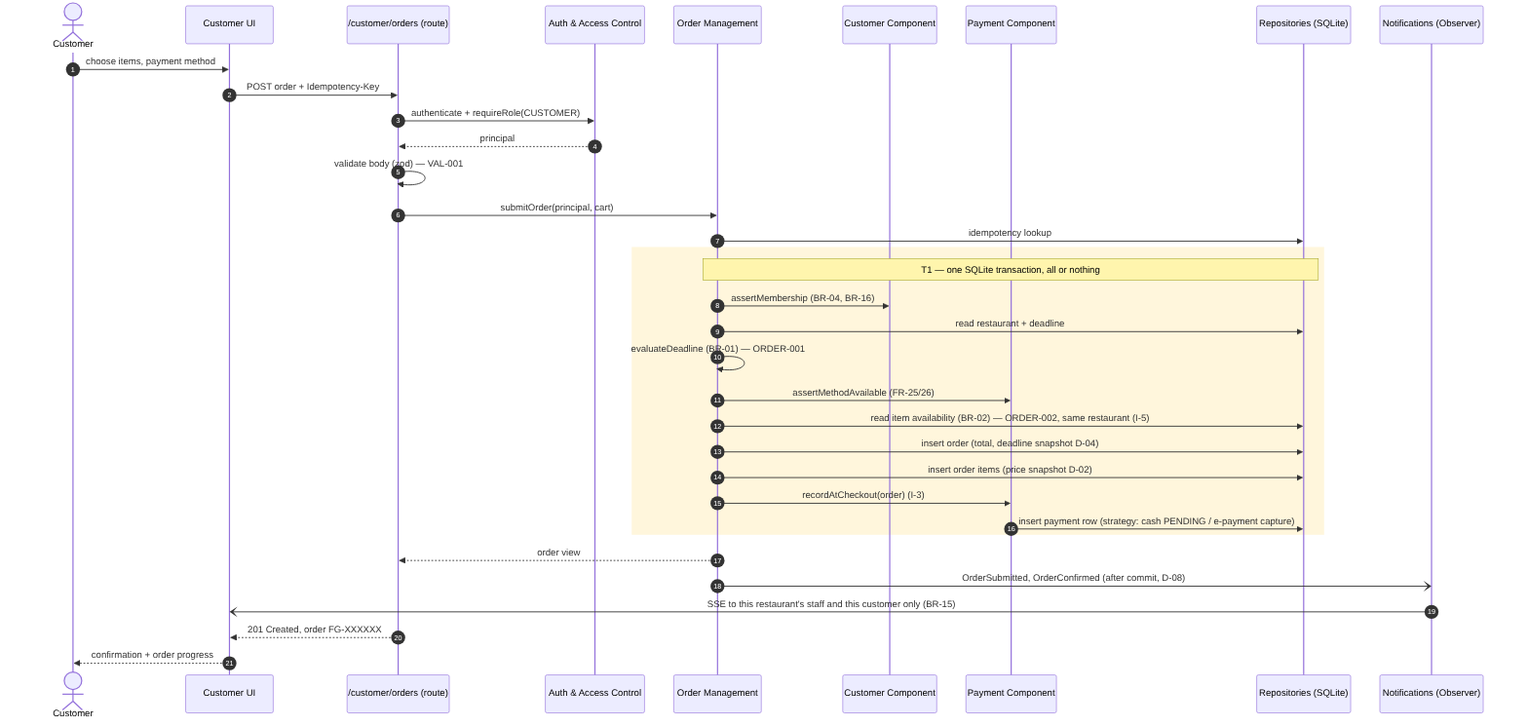
The Mermaid diagram docs/uml/sequence-uc01-place-order.png in HamzaBL04/FoodGO, before a commit. Its source is kept beside it as docs/uml/sequence-uc01-place-order.mmd. The source it was exported from:
```mermaid
sequenceDiagram
  autonumber
  actor C as Customer
  participant UI as Customer UI
  participant API as /customer/orders (route)
  participant AUTH as Auth & Access Control
  participant OM as Order Management
  participant CC as Customer Component
  participant PAY as Payment Component
  participant DB as Repositories (SQLite)
  participant EV as Notifications (Observer)

  C->>UI: choose items, payment method
  UI->>API: POST order + Idempotency-Key
  API->>AUTH: authenticate + requireRole(CUSTOMER)
  AUTH-->>API: principal
  API->>API: validate body (zod) — VAL-001
  API->>OM: submitOrder(principal, cart)
  OM->>DB: idempotency lookup
  rect rgb(255, 246, 220)
    note over OM,DB: T1 — one SQLite transaction, all or nothing
    OM->>CC: assertMembership (BR-04, BR-16)
    OM->>DB: read restaurant + deadline
    OM->>OM: evaluateDeadline (BR-01) — ORDER-001
    OM->>PAY: assertMethodAvailable (FR-25/26)
    OM->>DB: read item availability (BR-02) — ORDER-002, same restaurant (I-5)
    OM->>DB: insert order (total, deadline snapshot D-04)
    OM->>DB: insert order items (price snapshot D-02)
    OM->>PAY: recordAtCheckout(order) (I-3)
    PAY->>DB: insert payment row (strategy: cash PENDING / e-payment capture)
  end
  OM-->>API: order view
  OM-)EV: OrderSubmitted, OrderConfirmed (after commit, D-08)
  EV-)UI: SSE to this restaurant's staff and this customer only (BR-15)
  API-->>UI: 201 Created, order FG-XXXXXX
  UI-->>C: confirmation + order progress
```
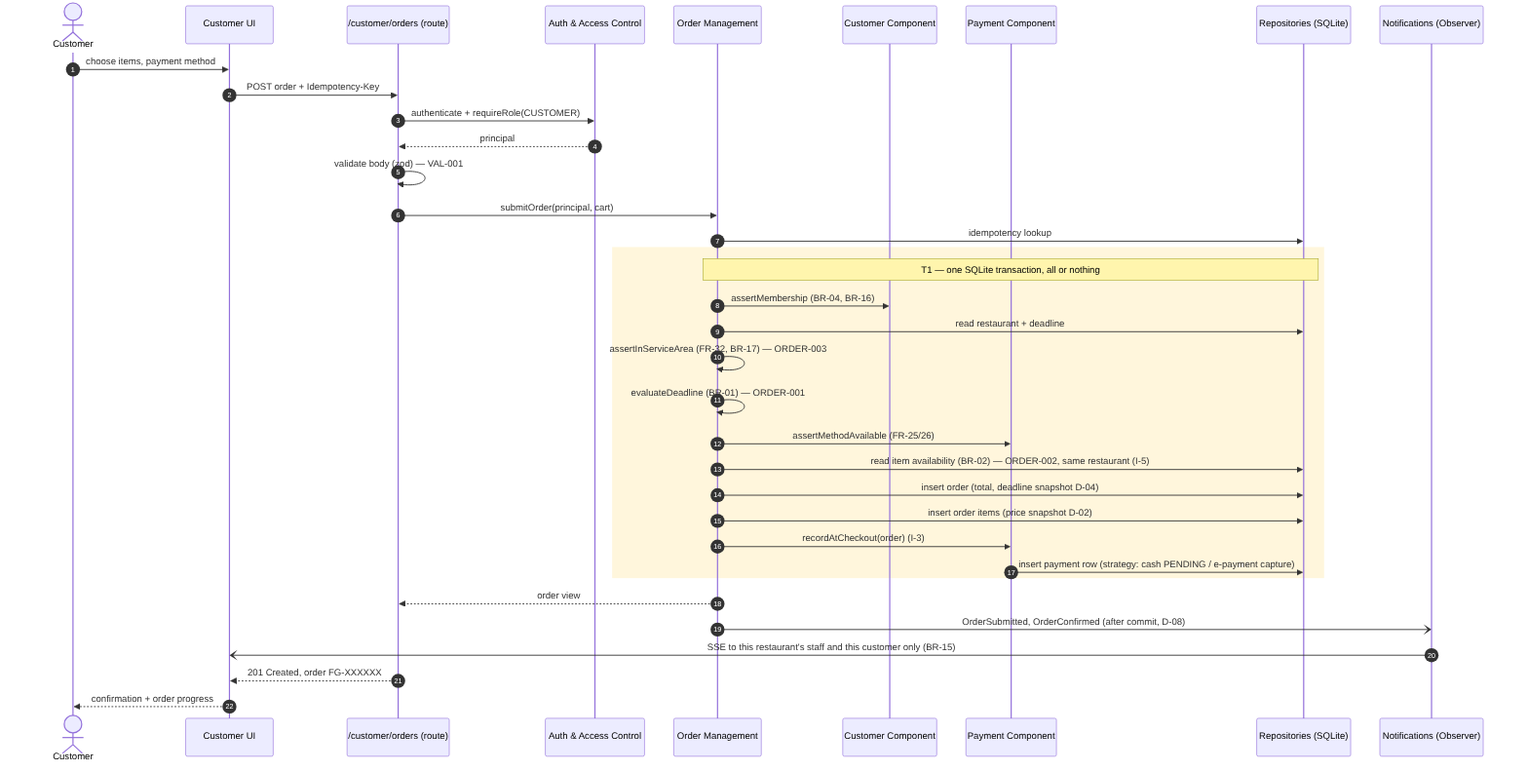
After the commit.

Change to the diagram source:
```diff
@@ -21,6 +21,7 @@
     note over OM,DB: T1 — one SQLite transaction, all or nothing
     OM->>CC: assertMembership (BR-04, BR-16)
     OM->>DB: read restaurant + deadline
+    OM->>OM: assertInServiceArea (FR-32, BR-17) — ORDER-003
     OM->>OM: evaluateDeadline (BR-01) — ORDER-001
     OM->>PAY: assertMethodAvailable (FR-25/26)
     OM->>DB: read item availability (BR-02) — ORDER-002, same restaurant (I-5)
```
